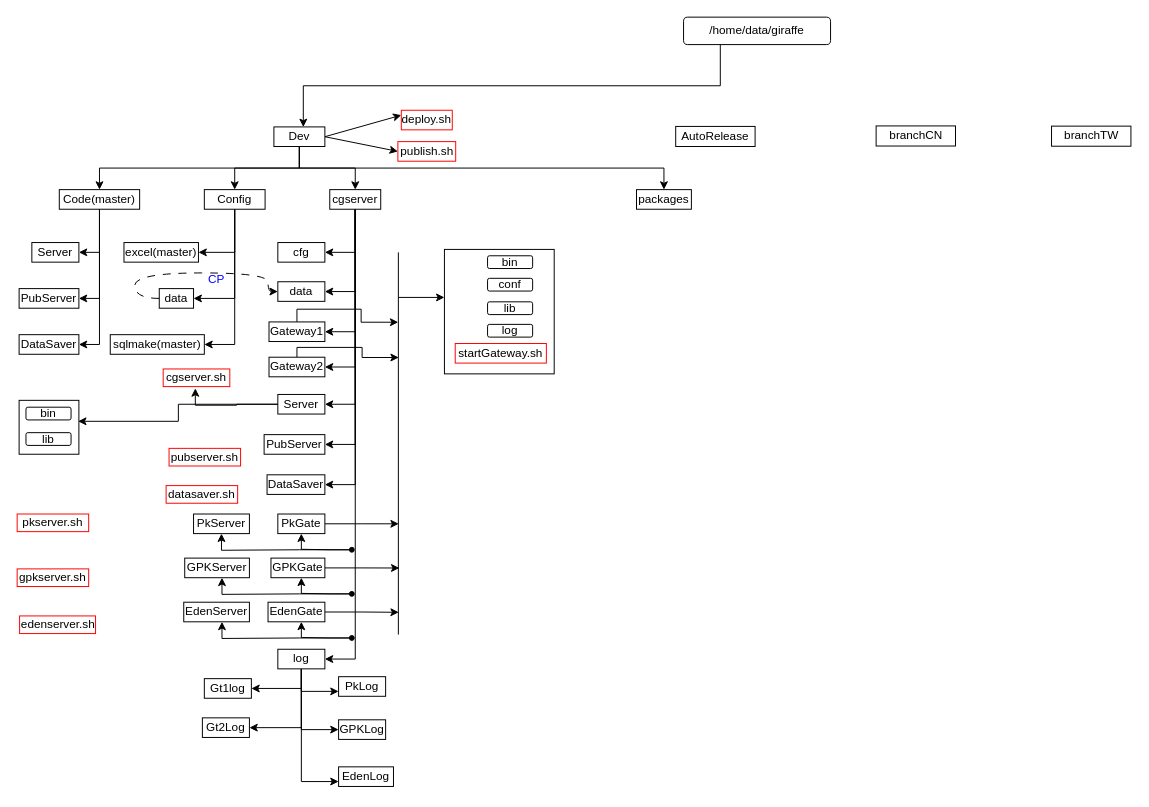
Above: cgArch.drawio in xiaodongYao/DrawIO (draw.io), before the change. Source tidied: cells renumbered, new cells numbered last; positions are measured from the earlier drawing's top-left corner, leaving out a move shared by most shapes. Both pictures are drawn from the tidied source at 98%, with x=0, y=0 at pixel (17, 17).
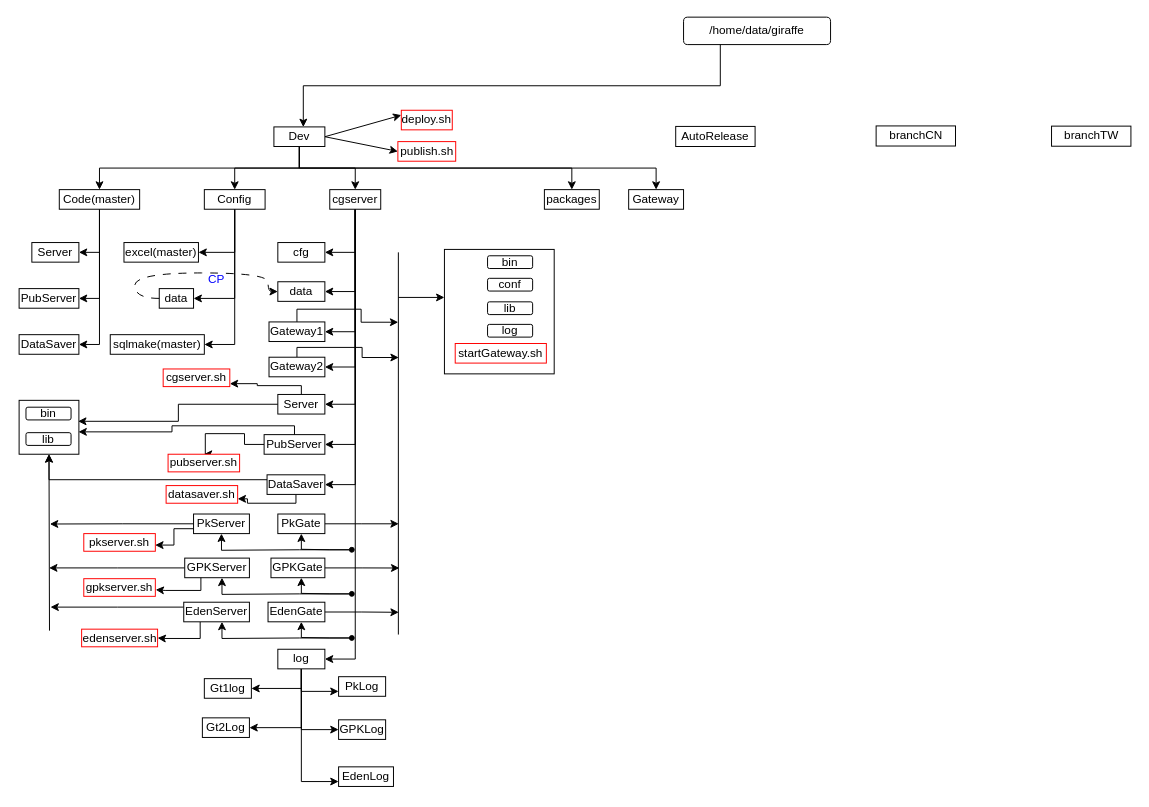
Above is the later version.

The change refers to these unchanged cells:
```xml
<mxCell id="9" value="Dev" style="rounded=0;whiteSpace=wrap;html=1;" parent="1" vertex="1">
  <mxGeometry x="262" y="112" width="52" height="20" as="geometry" />
</mxCell>
<mxCell id="43" value="Server" style="rounded=0;whiteSpace=wrap;html=1;" parent="1" vertex="1">
  <mxGeometry x="266" y="385" width="48" height="20" as="geometry" />
</mxCell>
<mxCell id="44" value="DataSaver" style="rounded=0;whiteSpace=wrap;html=1;" parent="1" vertex="1">
  <mxGeometry x="255" y="467" width="59" height="20" as="geometry" />
</mxCell>
<mxCell id="47" value="PubServer" style="rounded=0;whiteSpace=wrap;html=1;" parent="1" vertex="1">
  <mxGeometry x="252" y="426" width="62" height="20" as="geometry" />
</mxCell>
<mxCell id="48" value="PkServer" style="rounded=0;whiteSpace=wrap;html=1;" parent="1" vertex="1">
  <mxGeometry x="180" y="507" width="57" height="20" as="geometry" />
</mxCell>
<mxCell id="55" value="GPKServer" style="rounded=0;whiteSpace=wrap;html=1;" parent="1" vertex="1">
  <mxGeometry x="171" y="552" width="66" height="20" as="geometry" />
</mxCell>
<mxCell id="58" value="EdenServer" style="rounded=0;whiteSpace=wrap;html=1;" parent="1" vertex="1">
  <mxGeometry x="170" y="597" width="67" height="20" as="geometry" />
</mxCell>
<mxCell id="89" style="rounded=0;whiteSpace=wrap;html=1;" parent="1" vertex="1">
  <mxGeometry x="2" y="391" width="61" height="55" as="geometry" />
</mxCell>
<mxCell id="94" value="datasaver.sh" style="rounded=0;whiteSpace=wrap;html=1;strokeColor=light-dark(#ff0000, #ededed);" parent="1" vertex="1">
  <mxGeometry x="152" y="478" width="73" height="18" as="geometry" />
</mxCell>
```

The edit, as a diff of the source:
```diff
@@
+    <mxCell id="99" style="edgeStyle=orthogonalEdgeStyle;rounded=0;jettySize=auto;html=1;exitX=0.5;exitY=1;exitDx=0;exitDy=0;entryX=0.5;entryY=0;entryDx=0;entryDy=0;" parent="1" edge="1" source="9" target="112">
+      <mxGeometry relative="1" as="geometry" />
+    </mxCell>
@@
-    <mxCell id="42" style="edgeStyle=orthogonalEdgeStyle;rounded=0;jettySize=auto;html=1;exitX=0;exitY=0.5;exitDx=0;exitDy=0;" parent="1" edge="1" source="43">
-      <mxGeometry relative="1" as="geometry">
-        <mxPoint x="181.8" y="378.8" as="targetPoint" />
-        <Array as="points">
-          <mxPoint x="224" y="395" />
-          <mxPoint x="182" y="396" />
-        </Array>
-      </mxGeometry>
-    </mxCell>
+    <mxCell id="100" style="edgeStyle=orthogonalEdgeStyle;rounded=0;orthogonalLoop=1;jettySize=auto;html=1;exitX=0.5;exitY=0;exitDx=0;exitDy=0;entryX=1;entryY=0.5;entryDx=0;entryDy=0;" parent="1" edge="1">
+      <mxGeometry relative="1" as="geometry">
+        <mxPoint x="290" y="391" as="sourcePoint" />
+        <mxPoint x="217" y="374" as="targetPoint" />
+        <Array as="points">
+          <mxPoint x="290" y="376" />
+          <mxPoint x="245" y="376" />
+          <mxPoint x="245" y="374" />
+        </Array>
+      </mxGeometry>
+    </mxCell>
@@
+    <mxCell id="101" style="edgeStyle=orthogonalEdgeStyle;rounded=0;jettySize=auto;html=1;exitX=0;exitY=0.25;exitDx=0;exitDy=0;entryX=0.5;entryY=1;entryDx=0;entryDy=0;" parent="1" edge="1" source="44" target="89">
+      <mxGeometry relative="1" as="geometry" />
+    </mxCell>
+    <mxCell id="102" style="edgeStyle=orthogonalEdgeStyle;rounded=0;jettySize=auto;html=1;exitX=0.5;exitY=1;exitDx=0;exitDy=0;entryX=1;entryY=0.75;entryDx=0;entryDy=0;" parent="1" edge="1" source="44" target="94">
+      <mxGeometry relative="1" as="geometry">
+        <Array as="points">
+          <mxPoint x="285" y="496" />
+          <mxPoint x="235" y="496" />
+          <mxPoint x="235" y="492" />
+        </Array>
+      </mxGeometry>
+    </mxCell>
@@
+    <mxCell id="103" style="edgeStyle=orthogonalEdgeStyle;rounded=0;jettySize=auto;html=1;exitX=0;exitY=0.5;exitDx=0;exitDy=0;entryX=0.5;entryY=0;entryDx=0;entryDy=0;" parent="1" edge="1" source="47" target="93">
+      <mxGeometry relative="1" as="geometry">
+        <Array as="points">
+          <mxPoint x="232" y="436" />
+          <mxPoint x="232" y="425" />
+          <mxPoint x="192" y="425" />
+        </Array>
+      </mxGeometry>
+    </mxCell>
@@
+    <mxCell id="104" style="edgeStyle=orthogonalEdgeStyle;rounded=0;jettySize=auto;html=1;exitX=0;exitY=0.5;exitDx=0;exitDy=0;" parent="1" edge="1" source="48">
+      <mxGeometry relative="1" as="geometry">
+        <mxPoint x="33.4" y="517.2" as="targetPoint" />
+      </mxGeometry>
+    </mxCell>
@@
     <mxCell id="51" value="packages" style="rounded=0;whiteSpace=wrap;html=1;" parent="1" vertex="1">
-      <mxGeometry x="632" y="176" width="56" height="20" as="geometry" />
+      <mxGeometry x="538" y="176" width="56" height="20" as="geometry" />
     </mxCell>
@@
+    <mxCell id="105" style="edgeStyle=orthogonalEdgeStyle;rounded=0;jettySize=auto;html=1;exitX=0;exitY=0.5;exitDx=0;exitDy=0;" parent="1" edge="1" source="55">
+      <mxGeometry relative="1" as="geometry">
+        <mxPoint x="32.6" y="562" as="targetPoint" />
+      </mxGeometry>
+    </mxCell>
@@
+    <mxCell id="106" style="edgeStyle=orthogonalEdgeStyle;rounded=0;jettySize=auto;html=1;exitX=0;exitY=0.25;exitDx=0;exitDy=0;" parent="1" edge="1" source="58">
+      <mxGeometry relative="1" as="geometry">
+        <mxPoint x="34" y="602" as="targetPoint" />
+      </mxGeometry>
+    </mxCell>
+    <mxCell id="107" style="edgeStyle=orthogonalEdgeStyle;rounded=0;jettySize=auto;html=1;exitX=0.25;exitY=1;exitDx=0;exitDy=0;entryX=1;entryY=0.5;entryDx=0;entryDy=0;" parent="1" edge="1" source="58" target="97">
+      <mxGeometry relative="1" as="geometry">
+        <Array as="points">
+          <mxPoint x="187" y="634" />
+          <mxPoint x="150" y="634" />
+        </Array>
+      </mxGeometry>
+    </mxCell>
@@
     <mxCell id="93" value="pubserver.sh" style="rounded=0;whiteSpace=wrap;html=1;strokeColor=light-dark(#ff0000, #ededed);" parent="1" vertex="1">
-      <mxGeometry x="155" y="440" width="73" height="18" as="geometry" />
+      <mxGeometry x="154" y="446" width="73" height="18" as="geometry" />
     </mxCell>
@@
     <mxCell id="95" value="pkserver.sh" style="rounded=0;whiteSpace=wrap;html=1;strokeColor=light-dark(#ff0000, #ededed);" parent="1" vertex="1">
-      <mxGeometry y="507" width="73" height="18" as="geometry" />
+      <mxGeometry x="68" y="527" width="73" height="18" as="geometry" />
     </mxCell>
     <mxCell id="96" value="gpkserver.sh" style="rounded=0;whiteSpace=wrap;html=1;strokeColor=light-dark(#ff0000, #ededed);" parent="1" vertex="1">
-      <mxGeometry y="563" width="73" height="18" as="geometry" />
+      <mxGeometry x="68" y="573" width="73" height="18" as="geometry" />
     </mxCell>
     <mxCell id="97" value="edenserver.sh" style="rounded=0;whiteSpace=wrap;html=1;strokeColor=light-dark(#ff0000, #ededed);" parent="1" vertex="1">
-      <mxGeometry x="2.5" y="611" width="77.5" height="18" as="geometry" />
+      <mxGeometry x="65.8" y="624.5" width="77.5" height="18" as="geometry" />
     </mxCell>
@@
+    <mxCell id="108" style="edgeStyle=orthogonalEdgeStyle;rounded=0;jettySize=auto;html=1;exitX=0.5;exitY=0;exitDx=0;exitDy=0;entryX=0.993;entryY=0.585;entryDx=0;entryDy=0;entryPerimeter=0;" parent="1" edge="1" source="47" target="89">
+      <mxGeometry relative="1" as="geometry">
+        <Array as="points">
+          <mxPoint x="283" y="417" />
+          <mxPoint x="158" y="417" />
+          <mxPoint x="158" y="423" />
+        </Array>
+      </mxGeometry>
+    </mxCell>
+    <mxCell id="109" style="endArrow=classic;html=1;rounded=0;entryX=0.5;entryY=1;entryDx=0;entryDy=0;" parent="1" edge="1" target="89">
+      <mxGeometry relative="1" as="geometry">
+        <mxPoint x="33" y="626" as="sourcePoint" />
+      </mxGeometry>
+    </mxCell>
+    <mxCell id="110" style="edgeStyle=orthogonalEdgeStyle;rounded=0;jettySize=auto;html=1;exitX=0;exitY=0.75;exitDx=0;exitDy=0;entryX=0.998;entryY=0.651;entryDx=0;entryDy=0;entryPerimeter=0;" parent="1" edge="1" source="48" target="95">
+      <mxGeometry relative="1" as="geometry" />
+    </mxCell>
+    <mxCell id="111" style="edgeStyle=orthogonalEdgeStyle;rounded=0;jettySize=auto;html=1;exitX=0.25;exitY=1;exitDx=0;exitDy=0;entryX=1.005;entryY=0.627;entryDx=0;entryDy=0;entryPerimeter=0;" parent="1" edge="1" source="55" target="96">
+      <mxGeometry relative="1" as="geometry">
+        <Array as="points">
+          <mxPoint x="188" y="585" />
+          <mxPoint x="151" y="585" />
+        </Array>
+      </mxGeometry>
+    </mxCell>
+    <mxCell id="112" value="Gateway" style="rounded=0;whiteSpace=wrap;html=1;" parent="1" vertex="1">
+      <mxGeometry x="624" y="176" width="56" height="20" as="geometry" />
+    </mxCell>
```
